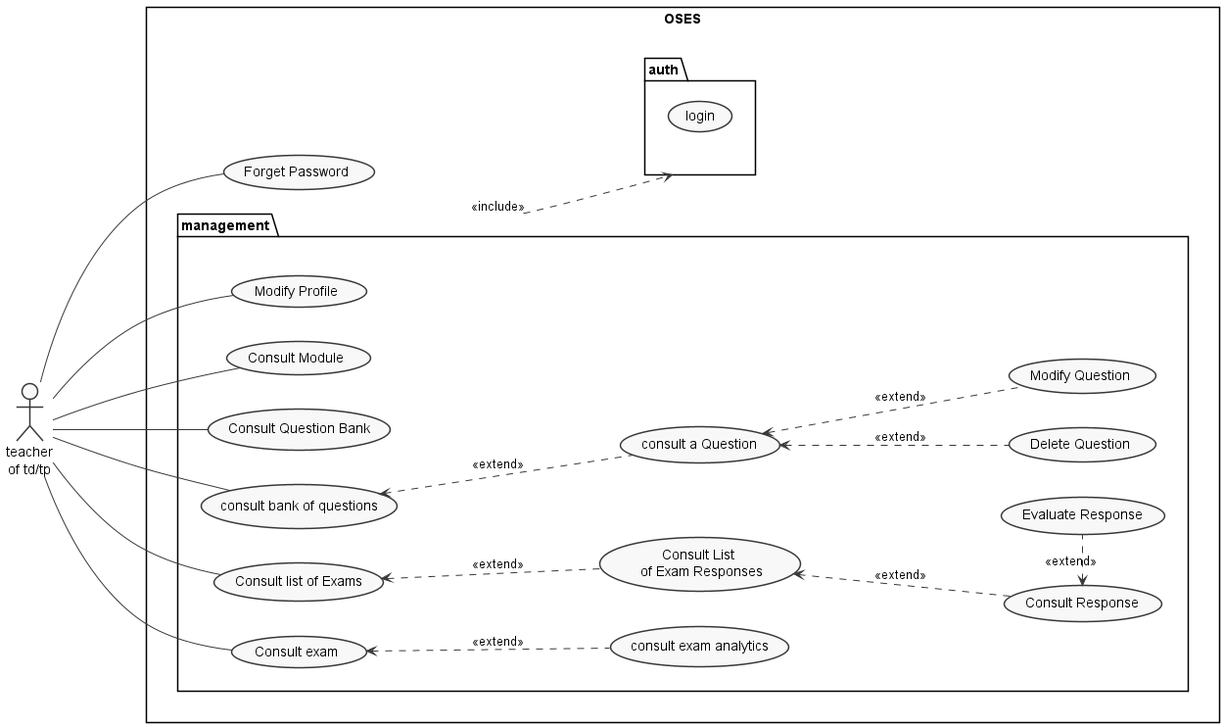
Earlier version of the PlantUML export Chapters/images/TP_TD_Teacher.png (OnlineSecureExamSystem/oses-essays-memos).
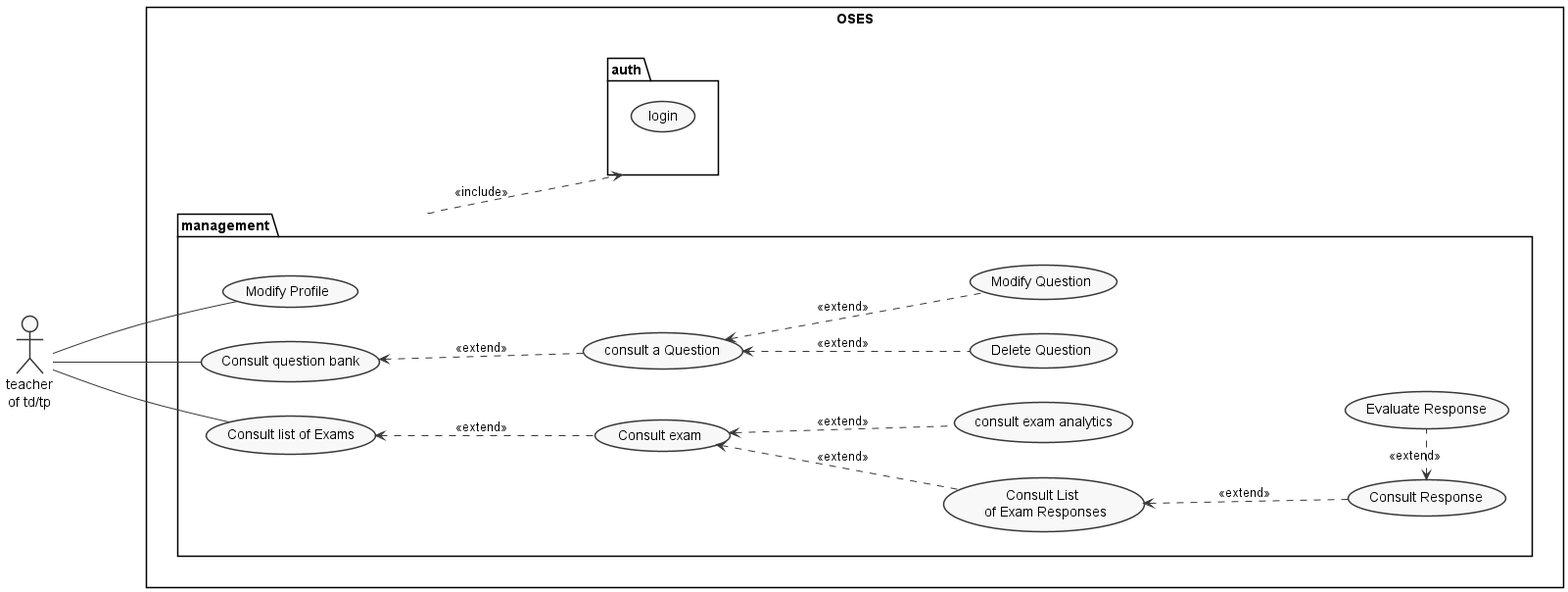
After the commit.

Change to the diagram source:
```diff
@@ -9,21 +9,18 @@
 
 rectangle OSES{
 
-    Teacher -- (Forget Password)
     package management{
     Teacher -- (Modify Profile)
-    Teacher -- (Consult Module)
-    Teacher -- (Consult Question Bank)
 
 
-        Teacher -- (consult bank of questions)
+        Teacher -- (Consult question bank)
 
 
-        (consult bank of questions) <.. (consult a Question):<<extend>>
+        (Consult question bank) <.. (consult a Question):<<extend>>
         (consult a Question) <.. (Delete Question):<<extend>>
         (consult a Question) <.. (Modify Question):<<extend>>
-        (Consult list of Exams) <.. (Consult List \n of Exam Responses):<<extend>>
-        Teacher -- (Consult exam)
+        (Consult exam) <.. (Consult List \n of Exam Responses):<<extend>>
+        (Consult list of Exams) <.. (Consult exam) :<<extend>>
         (Consult exam)  <.. (consult exam analytics):<<extend>>
         Teacher -- (Consult list of Exams)
 
@@ -37,7 +34,6 @@
     usecase "login" as login
     }
 
-
     management ..> auth: <<include>>
 }
 
```
